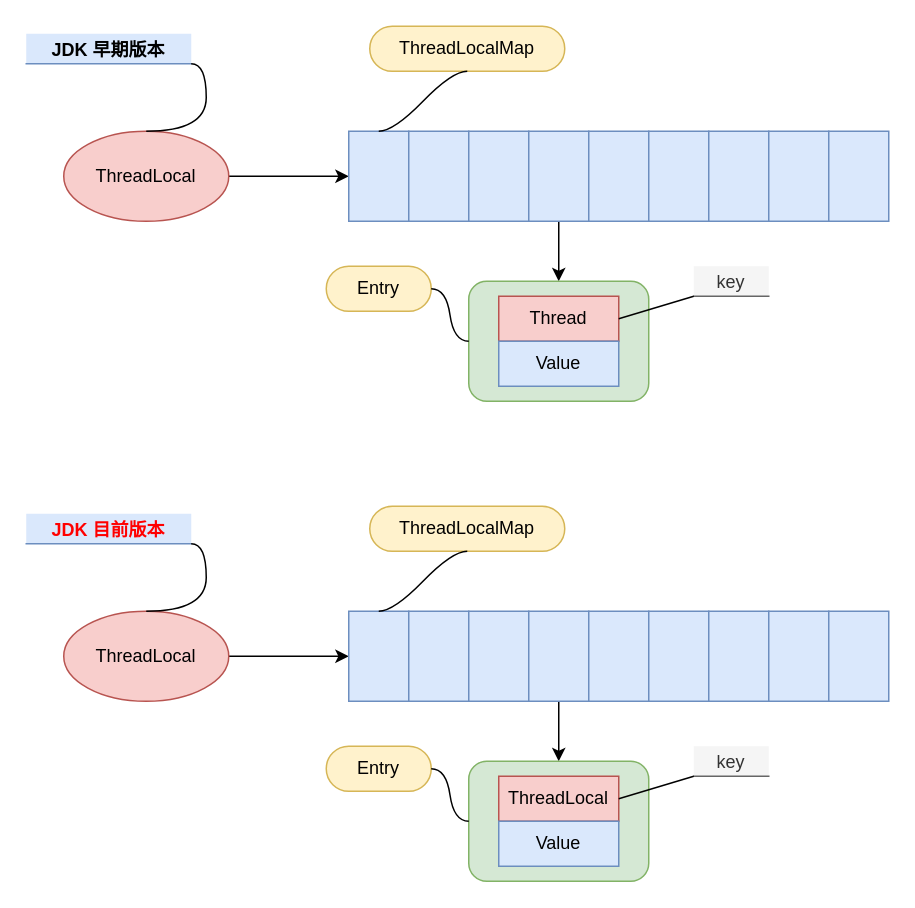
This is juc/ThreadLocal.drawio from thebesteric/draw.io, a draw.io file, before an edit. Source tidied: cells renumbered, new cells numbered last; positions are measured from the earlier drawing's top-left corner, leaving out a move shared by most shapes. Both pictures are drawn from the tidied source at 150%, with x=0, y=0 at pixel (26, 26).
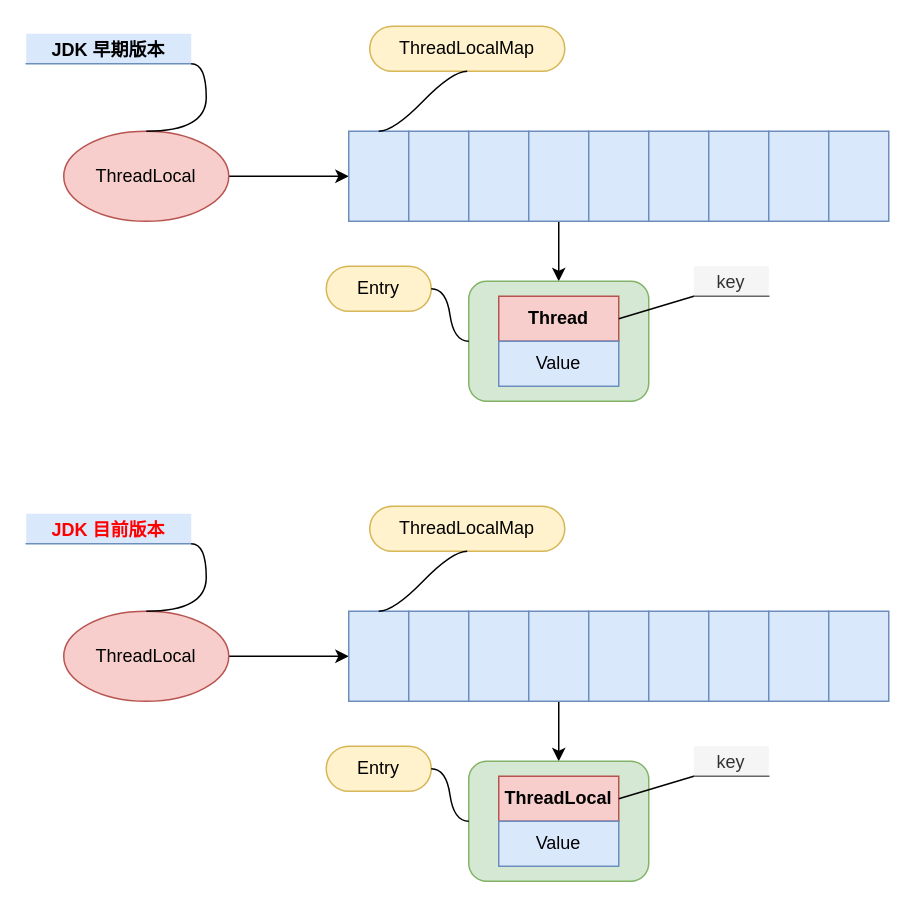
The same diagram, later.

Change to the diagram source:
```diff
@@
-    <mxCell id="40" value="Thread" style="rounded=0;whiteSpace=wrap;html=1;fillColor=#f8cecc;strokeColor=#b85450;" parent="1" vertex="1">
+    <mxCell id="40" value="Thread" style="rounded=0;whiteSpace=wrap;html=1;fillColor=#f8cecc;strokeColor=#b85450;fontStyle=1;" parent="1" vertex="1">
       <mxGeometry x="315" y="180" width="80" height="30" as="geometry" />
     </mxCell>
@@
-    <mxCell id="42" value="ThreadLocal" style="rounded=0;whiteSpace=wrap;html=1;fillColor=#f8cecc;strokeColor=#b85450;" parent="1" vertex="1">
+    <mxCell id="42" value="ThreadLocal" style="rounded=0;whiteSpace=wrap;html=1;fillColor=#f8cecc;strokeColor=#b85450;fontStyle=1;" parent="1" vertex="1">
       <mxGeometry x="315" y="500" width="80" height="30" as="geometry" />
     </mxCell>
```
